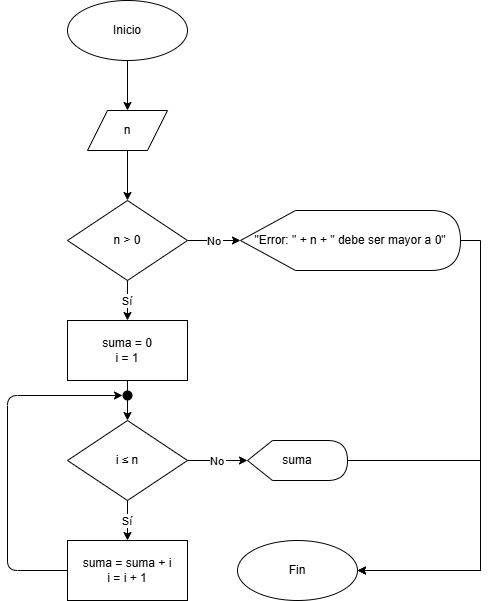
UPclopezpAalgorithmsBook/solutions keeps this draw.io diagram as chapter4/dfd/dfd4.5.7_6.png. Above is the earlier version. Source tidied: cells renumbered, new cells last; positions are measured from the earlier drawing's top-left corner, leaving out a move shared by most shapes.
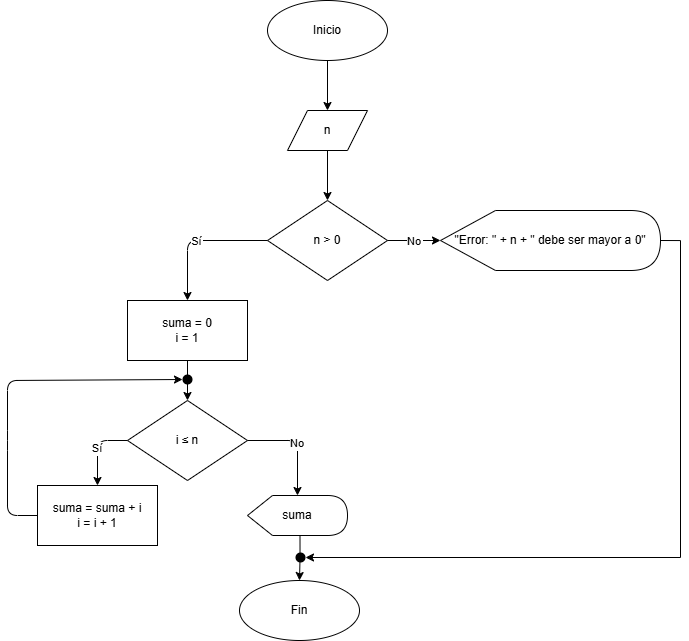
Above is the later version.

Change to the diagram source:
```diff
@@ -2,24 +2,78 @@
   <root>
     <mxCell id="0" />
     <mxCell id="1" parent="0" />
-    <mxCell id="2" parent="1" edge="1">
-      <mxGeometry relative="1" as="geometry">
-        <mxPoint x="60" y="420" as="targetPoint" />
-        <Array as="points">
-          <mxPoint y="530" />
-          <mxPoint y="420" />
-        </Array>
-      </mxGeometry>
-    </mxCell>
-    <mxCell id="3" style="endArrow=classic;html=1;exitX=0;exitY=0.5;exitDx=0;exitDy=0;entryX=0;entryY=0.5;entryDx=0;entryDy=0;" parent="1" edge="1">
-      <mxGeometry relative="1" as="geometry">
-        <mxPoint x="60" y="240" as="targetPoint" />
-        <Array as="points">
-          <mxPoint y="480" />
-          <mxPoint y="240" />
-        </Array>
-      </mxGeometry>
-    </mxCell>
+    <mxCell id="24" parent="1" edge="1">
+      <mxGeometry relative="1" as="geometry">
+        <mxPoint x="60" y="420" as="targetPoint" />
+        <Array as="points">
+          <mxPoint y="530" />
+          <mxPoint y="420" />
+        </Array>
+      </mxGeometry>
+    </mxCell>
+    <mxCell id="25" style="endArrow=classic;html=1;exitX=0;exitY=0.5;exitDx=0;exitDy=0;entryX=0;entryY=0.5;entryDx=0;entryDy=0;" parent="1" edge="1">
+      <mxGeometry relative="1" as="geometry">
+        <mxPoint x="60" y="240" as="targetPoint" />
+        <Array as="points">
+          <mxPoint y="480" />
+          <mxPoint y="240" />
+        </Array>
+      </mxGeometry>
+    </mxCell>
+    <mxCell id="26" parent="1" edge="1">
+      <mxGeometry relative="1" as="geometry">
+        <mxPoint x="60" y="420" as="targetPoint" />
+        <Array as="points">
+          <mxPoint y="530" />
+          <mxPoint y="420" />
+        </Array>
+      </mxGeometry>
+    </mxCell>
+    <mxCell id="27" style="endArrow=classic;html=1;exitX=0;exitY=0.5;exitDx=0;exitDy=0;entryX=0;entryY=0.5;entryDx=0;entryDy=0;" parent="1" edge="1">
+      <mxGeometry relative="1" as="geometry">
+        <mxPoint x="60" y="240" as="targetPoint" />
+        <Array as="points">
+          <mxPoint y="480" />
+          <mxPoint y="240" />
+        </Array>
+      </mxGeometry>
+    </mxCell>
+    <mxCell id="28" parent="1" edge="1">
+      <mxGeometry relative="1" as="geometry">
+        <mxPoint x="60" y="420" as="targetPoint" />
+        <Array as="points">
+          <mxPoint y="530" />
+          <mxPoint y="420" />
+        </Array>
+      </mxGeometry>
+    </mxCell>
+    <mxCell id="29" style="endArrow=classic;html=1;exitX=0;exitY=0.5;exitDx=0;exitDy=0;entryX=0;entryY=0.5;entryDx=0;entryDy=0;" parent="1" edge="1">
+      <mxGeometry relative="1" as="geometry">
+        <mxPoint x="60" y="240" as="targetPoint" />
+        <Array as="points">
+          <mxPoint y="480" />
+          <mxPoint y="240" />
+        </Array>
+      </mxGeometry>
+    </mxCell>
+    <mxCell id="30" parent="1" edge="1">
+      <mxGeometry relative="1" as="geometry">
+        <mxPoint x="60" y="420" as="targetPoint" />
+        <Array as="points">
+          <mxPoint y="530" />
+          <mxPoint y="420" />
+        </Array>
+      </mxGeometry>
+    </mxCell>
+    <mxCell id="31" style="endArrow=classic;html=1;exitX=0;exitY=0.5;exitDx=0;exitDy=0;entryX=0;entryY=0.5;entryDx=0;entryDy=0;" parent="1" edge="1">
+      <mxGeometry relative="1" as="geometry">
+        <mxPoint x="60" y="240" as="targetPoint" />
+        <Array as="points">
+          <mxPoint y="480" />
+          <mxPoint y="240" />
+        </Array>
+      </mxGeometry>
+    </mxCell>
     <mxCell id="4" value="Inicio" style="ellipse;whiteSpace=wrap;html=1;" parent="1" vertex="1">
       <mxGeometry x="60" width="120" height="60" as="geometry" />
     </mxCell>
@@ -30,33 +84,28 @@
       <mxGeometry x="60" y="200" width="120" height="80" as="geometry" />
     </mxCell>
     <mxCell id="7" value="suma = 0&lt;br&gt;i = 1" style="rounded=0;whiteSpace=wrap;html=1;" parent="1" vertex="1">
-      <mxGeometry x="60" y="320" width="120" height="60" as="geometry" />
+      <mxGeometry x="-80" y="300" width="120" height="60" as="geometry" />
     </mxCell>
-    <mxCell id="8" style="edgeStyle=orthogonalEdgeStyle;rounded=0;jettySize=auto;html=1;exitX=1;exitY=0.5;exitDx=0;exitDy=0;exitPerimeter=0;entryX=1;entryY=0.5;entryDx=0;entryDy=0;" parent="1" edge="1" source="9" target="14">
-      <mxGeometry relative="1" as="geometry" />
-    </mxCell>
+    <mxCell id="32" style="edgeStyle=orthogonalEdgeStyle;rounded=0;jettySize=auto;html=1;exitX=1;exitY=0.5;exitDx=0;exitDy=0;exitPerimeter=0;entryX=1;entryY=0.5;entryDx=0;entryDy=0;" parent="1" edge="1" source="9" target="35">
+      <mxGeometry relative="1" as="geometry" />
+    </mxCell>
     <mxCell id="9" value="&quot;Error: &quot; + n + &quot; debe ser mayor a 0&quot;" style="shape=display;whiteSpace=wrap;html=1;" parent="1" vertex="1">
       <mxGeometry x="233" y="210" width="220" height="60" as="geometry" />
     </mxCell>
     <mxCell id="10" value="i&amp;nbsp;≤ n" style="rhombus;whiteSpace=wrap;html=1;" parent="1" vertex="1">
-      <mxGeometry x="60" y="420" width="120" height="80" as="geometry" />
+      <mxGeometry x="-80" y="400" width="120" height="80" as="geometry" />
     </mxCell>
     <mxCell id="11" value="suma = suma + i&lt;br&gt;i = i + 1" style="rounded=0;whiteSpace=wrap;html=1;" parent="1" vertex="1">
-      <mxGeometry x="60" y="540" width="120" height="60" as="geometry" />
+      <mxGeometry x="-170" y="485" width="120" height="60" as="geometry" />
     </mxCell>
-    <mxCell id="12" style="edgeStyle=orthogonalEdgeStyle;rounded=0;jettySize=auto;html=1;exitX=1;exitY=0.5;exitDx=0;exitDy=0;exitPerimeter=0;entryX=1;entryY=0.5;entryDx=0;entryDy=0;" parent="1" edge="1" source="13" target="14">
-      <mxGeometry relative="1" as="geometry">
-        <Array as="points">
-          <mxPoint x="473" y="460" />
-          <mxPoint x="473" y="570" />
-        </Array>
-      </mxGeometry>
+    <mxCell id="12" style="edgeStyle=orthogonalEdgeStyle;rounded=0;jettySize=auto;html=1;exitX=0;exitY=0;exitDx=52.5;exitDy=40;exitPerimeter=0;entryX=0.5;entryY=0;entryDx=0;entryDy=0;" parent="1" edge="1" source="13" target="14">
+      <mxGeometry relative="1" as="geometry" />
     </mxCell>
     <mxCell id="13" value="suma" style="shape=display;whiteSpace=wrap;html=1;" parent="1" vertex="1">
-      <mxGeometry x="240" y="440" width="100" height="40" as="geometry" />
+      <mxGeometry x="40" y="495" width="100" height="40" as="geometry" />
     </mxCell>
     <mxCell id="14" value="Fin" style="ellipse;whiteSpace=wrap;html=1;" parent="1" vertex="1">
-      <mxGeometry x="230" y="540" width="120" height="60" as="geometry" />
+      <mxGeometry x="32" y="580" width="120" height="60" as="geometry" />
     </mxCell>
     <mxCell id="15" parent="1" edge="1" source="4" target="5">
       <mxGeometry relative="1" as="geometry" />
@@ -64,8 +113,12 @@
     <mxCell id="16" parent="1" edge="1" source="5" target="6">
       <mxGeometry relative="1" as="geometry" />
     </mxCell>
-    <mxCell id="17" value="Sí" parent="1" edge="1" source="6" target="7">
-      <mxGeometry relative="1" as="geometry" />
+    <mxCell id="17" value="Sí" style="exitX=0;exitY=0.5;exitDx=0;exitDy=0;entryX=0.5;entryY=0;entryDx=0;entryDy=0;" parent="1" edge="1" source="6" target="7">
+      <mxGeometry relative="1" as="geometry">
+        <Array as="points">
+          <mxPoint x="-20" y="240" />
+        </Array>
+      </mxGeometry>
     </mxCell>
     <mxCell id="18" value="No" parent="1" edge="1" source="6" target="9">
       <mxGeometry relative="1" as="geometry" />
@@ -73,22 +126,34 @@
     <mxCell id="19" parent="1" edge="1" source="7" target="10">
       <mxGeometry relative="1" as="geometry" />
     </mxCell>
-    <mxCell id="20" value="Sí" parent="1" edge="1" source="10" target="11">
-      <mxGeometry relative="1" as="geometry" />
+    <mxCell id="20" value="Sí" style="exitX=0;exitY=0.5;exitDx=0;exitDy=0;" parent="1" edge="1" source="10" target="11">
+      <mxGeometry relative="1" as="geometry">
+        <Array as="points">
+          <mxPoint x="-110" y="440" />
+        </Array>
+      </mxGeometry>
     </mxCell>
-    <mxCell id="21" value="No" parent="1" edge="1" source="10" target="13">
-      <mxGeometry relative="1" as="geometry" />
+    <mxCell id="21" value="No" style="exitX=1;exitY=0.5;exitDx=0;exitDy=0;" parent="1" edge="1" source="10" target="13">
+      <mxGeometry relative="1" as="geometry">
+        <Array as="points">
+          <mxPoint x="90" y="440" />
+        </Array>
+      </mxGeometry>
     </mxCell>
-    <mxCell id="22" style="entryX=0;entryY=0.5;entryDx=0;entryDy=0;" parent="1" edge="1" source="11" target="23">
-      <mxGeometry relative="1" as="geometry">
-        <Array as="points">
-          <mxPoint y="570" />
-          <mxPoint y="395" />
-        </Array>
-      </mxGeometry>
-    </mxCell>
-    <mxCell id="23" style="ellipse;whiteSpace=wrap;html=1;strokeColor=none;fillColor=#000000;" parent="1" vertex="1">
-      <mxGeometry x="115" y="390" width="10" height="10" as="geometry" />
-    </mxCell>
+    <mxCell id="33" style="entryX=0;entryY=0.5;entryDx=0;entryDy=0;exitX=0;exitY=0.5;exitDx=0;exitDy=0;" parent="1" edge="1" source="11" target="34">
+      <mxGeometry relative="1" as="geometry">
+        <Array as="points">
+          <mxPoint x="-200" y="515" />
+          <mxPoint x="-200" y="440" />
+          <mxPoint x="-200" y="380" />
+        </Array>
+      </mxGeometry>
+    </mxCell>
+    <mxCell id="34" style="ellipse;whiteSpace=wrap;html=1;strokeColor=none;fillColor=#000000;" parent="1" vertex="1">
+      <mxGeometry x="-25" y="374" width="10" height="10" as="geometry" />
+    </mxCell>
+    <mxCell id="35" style="ellipse;whiteSpace=wrap;html=1;strokeColor=none;fillColor=#000000;" parent="1" vertex="1">
+      <mxGeometry x="88" y="552" width="10" height="10" as="geometry" />
+    </mxCell>
   </root>
 </mxGraphModel>
```
